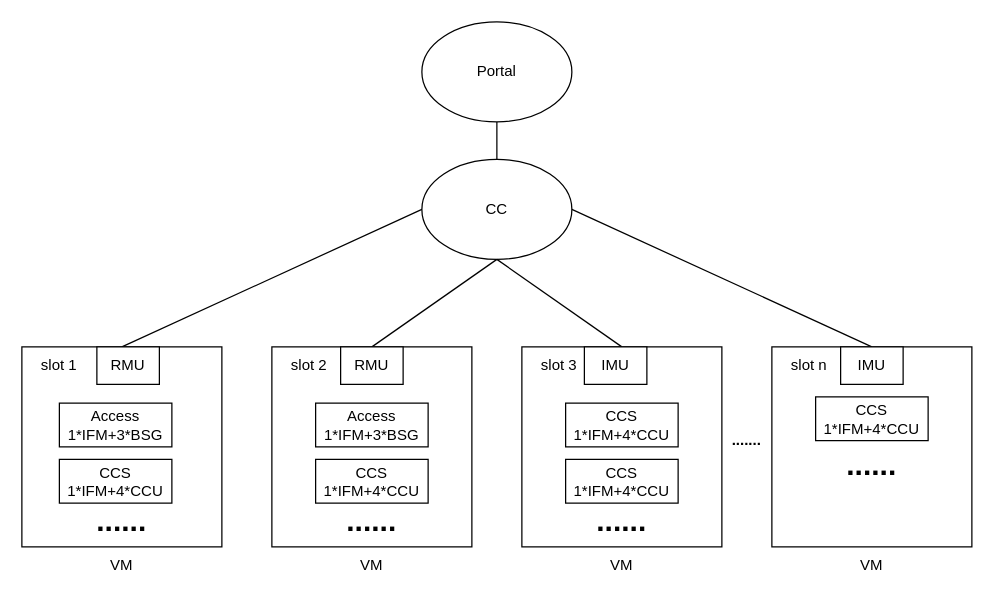
Above: 进程组配置.drawio in daizuojian/daizuojian.github.io (draw.io), before the change. Source tidied: cells renumbered, new cells numbered last; positions are measured from the earlier drawing's top-left corner, leaving out a move shared by most shapes. Both pictures are drawn from the tidied source at 125%, with x=0, y=0 at pixel (21, 21).
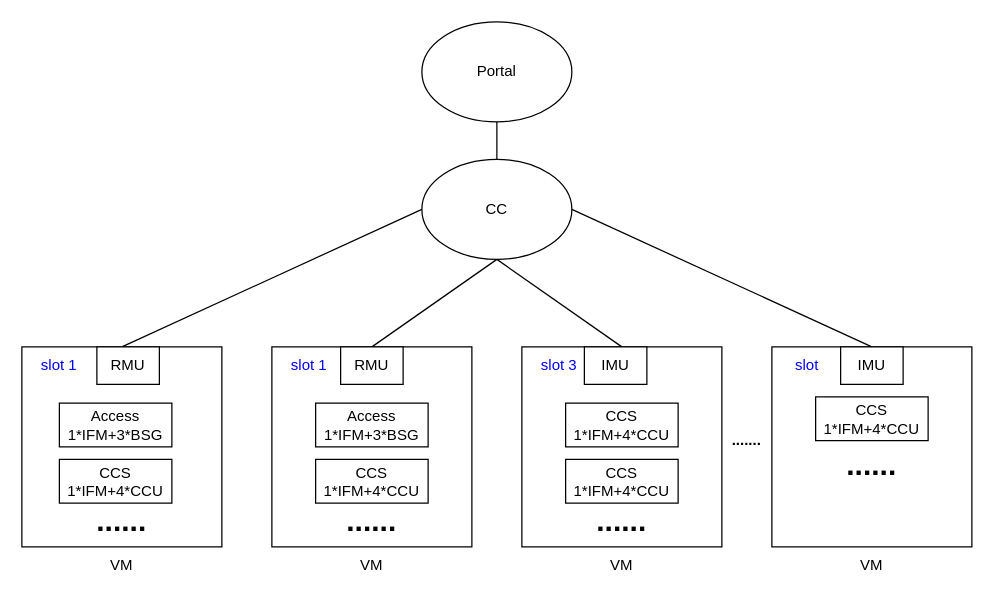
Above is the later version.

Commit message (it also covers changes not shown here):
更新进程组配置.drawio

Change to the diagram source:
```diff
@@
-    <mxCell id="17" value="slot 1" style="text;html=1;strokeColor=none;fillColor=none;align=center;verticalAlign=middle;whiteSpace=wrap;rounded=0;" parent="1" vertex="1">
+    <mxCell id="17" value="&lt;font color=&quot;#0000ff&quot;&gt;slot 1&lt;/font&gt;" style="text;html=1;strokeColor=none;fillColor=none;align=center;verticalAlign=middle;whiteSpace=wrap;rounded=0;" parent="1" vertex="1">
       <mxGeometry y="260" width="60" height="30" as="geometry" />
     </mxCell>
-    <mxCell id="18" value="slot 2" style="text;html=1;strokeColor=none;fillColor=none;align=center;verticalAlign=middle;whiteSpace=wrap;rounded=0;" parent="1" vertex="1">
-      <mxGeometry x="200" y="260" width="60" height="30" as="geometry" />
-    </mxCell>
-    <mxCell id="19" value="slot 3" style="text;html=1;strokeColor=none;fillColor=none;align=center;verticalAlign=middle;whiteSpace=wrap;rounded=0;" parent="1" vertex="1">
-      <mxGeometry x="400" y="260" width="60" height="30" as="geometry" />
-    </mxCell>
-    <mxCell id="20" value="slot n" style="text;html=1;strokeColor=none;fillColor=none;align=center;verticalAlign=middle;whiteSpace=wrap;rounded=0;" parent="1" vertex="1">
-      <mxGeometry x="600" y="260" width="60" height="30" as="geometry" />
-    </mxCell>
@@
+    <mxCell id="37" value="&lt;font color=&quot;#0000ff&quot;&gt;slot 1&lt;/font&gt;" style="text;html=1;strokeColor=none;fillColor=none;align=center;verticalAlign=middle;whiteSpace=wrap;rounded=0;" parent="1" vertex="1">
+      <mxGeometry x="200" y="260" width="60" height="30" as="geometry" />
+    </mxCell>
+    <mxCell id="19" value="&lt;font color=&quot;#0000ff&quot;&gt;slot 3&lt;/font&gt;" style="text;html=1;strokeColor=none;fillColor=none;align=center;verticalAlign=middle;whiteSpace=wrap;rounded=0;" parent="1" vertex="1">
+      <mxGeometry x="400" y="260" width="60" height="30" as="geometry" />
+    </mxCell>
+    <mxCell id="38" value="&lt;font color=&quot;#0000ff&quot;&gt;slot&amp;nbsp;&lt;/font&gt;" style="text;html=1;strokeColor=none;fillColor=none;align=center;verticalAlign=middle;whiteSpace=wrap;rounded=0;" parent="1" vertex="1">
+      <mxGeometry x="600" y="260" width="60" height="30" as="geometry" />
+    </mxCell>
```
